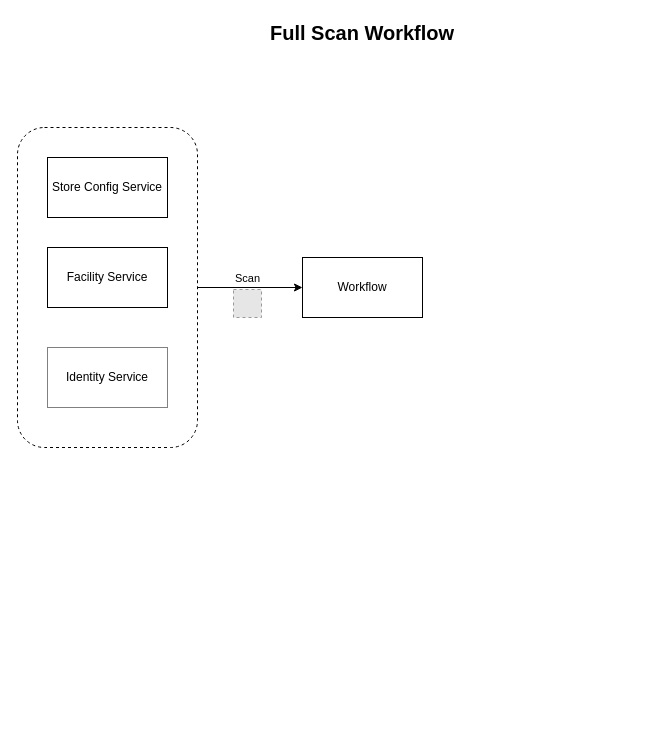
Before: AuthZ5 Metadata.drawio in evagle/awesome, a draw.io diagram. Source tidied: cells renumbered, new cells numbered last; positions are measured from the earlier drawing's top-left corner, leaving out a move shared by most shapes. Both pictures are drawn from the tidied source at 100%, with x=0, y=0 at pixel (17, 17). Pictures stored in the file or linked from it are replaced by grey dashed boxes.
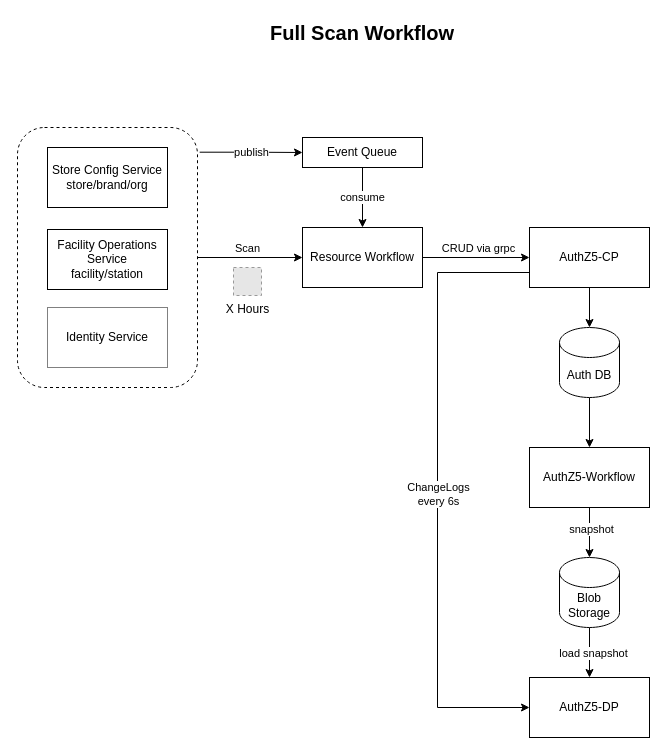
Above is the later version.

Change to the diagram source:
```diff
@@
+    <mxCell id="11" style="edgeStyle=orthogonalEdgeStyle;rounded=0;jettySize=auto;html=1;exitX=1.012;exitY=0.095;exitDx=0;exitDy=0;entryX=0;entryY=0.5;entryDx=0;entryDy=0;exitPerimeter=0;" parent="1" edge="1" source="4" target="30">
+      <mxGeometry relative="1" as="geometry" />
+    </mxCell>
+    <mxCell id="12" value="publish" style="edgeLabel;html=1;align=center;verticalAlign=middle;" parent="11" vertex="1">
+      <mxGeometry x="0.01" y="1" relative="1" as="geometry" />
+    </mxCell>
     <mxCell id="4" style="rounded=1;whiteSpace=wrap;html=1;dashed=1;" parent="1" vertex="1">
-      <mxGeometry y="110" width="180" height="320" as="geometry" />
+      <mxGeometry y="110" width="180" height="260" as="geometry" />
     </mxCell>
-    <mxCell id="5" value="Store Config Service" style="rounded=0;whiteSpace=wrap;html=1;" parent="1" vertex="1">
-      <mxGeometry x="30" y="140" width="120" height="60" as="geometry" />
+    <mxCell id="5" value="Store Config Service&lt;br&gt;store/brand/org" style="rounded=0;whiteSpace=wrap;html=1;" parent="1" vertex="1">
+      <mxGeometry x="30" y="130" width="120" height="60" as="geometry" />
     </mxCell>
@@
-    <mxCell id="7" value="Facility Service" style="rounded=0;whiteSpace=wrap;html=1;" parent="1" vertex="1">
-      <mxGeometry x="30" y="230" width="120" height="60" as="geometry" />
-    </mxCell>
     <mxCell id="8" value="Identity Service" style="rounded=0;whiteSpace=wrap;html=1;dashed=1;dashPattern=1 1;" parent="1" vertex="1">
-      <mxGeometry x="30" y="330" width="120" height="60" as="geometry" />
+      <mxGeometry x="30" y="290" width="120" height="60" as="geometry" />
     </mxCell>
+    <mxCell id="13" style="edgeStyle=orthogonalEdgeStyle;rounded=0;jettySize=auto;html=1;" parent="1" edge="1" source="9" target="18">
+      <mxGeometry relative="1" as="geometry" />
+    </mxCell>
+    <mxCell id="14" value="CRUD via grpc" style="edgeLabel;html=1;align=center;verticalAlign=middle;" parent="13" vertex="1">
+      <mxGeometry x="-0.27" y="-2" relative="1" as="geometry">
+        <mxPoint x="16" y="-12" as="offset" />
+      </mxGeometry>
+    </mxCell>
-    <mxCell id="9" value="Workflow" style="rounded=0;whiteSpace=wrap;html=1;" parent="1" vertex="1">
-      <mxGeometry x="285" y="240" width="120" height="60" as="geometry" />
+    <mxCell id="9" value="Resource Workflow" style="rounded=0;whiteSpace=wrap;html=1;" parent="1" vertex="1">
+      <mxGeometry x="285" y="210" width="120" height="60" as="geometry" />
     </mxCell>
-    <mxCell id="10" style="fillColor=#E6E6E6;strokeColor=#999999;dashed=1;html=1;verticalAlign=top;verticalLabelPosition=bottom;labelBackgroundColor=#ffffff;" parent="1" vertex="1">
-      <mxGeometry x="216" y="272" width="28" height="28" as="geometry" />
+    <mxCell id="10" value="X Hours" style="fillColor=#E6E6E6;strokeColor=#999999;dashed=1;html=1;verticalAlign=top;verticalLabelPosition=bottom;labelBackgroundColor=#ffffff;" parent="1" vertex="1">
+      <mxGeometry x="216" y="250" width="28" height="28" as="geometry" />
     </mxCell>
+    <mxCell id="15" value="Facility Operations Service&lt;br&gt;facility/station" style="rounded=0;whiteSpace=wrap;html=1;" parent="1" vertex="1">
+      <mxGeometry x="30" y="212" width="120" height="60" as="geometry" />
+    </mxCell>
+    <mxCell id="16" style="edgeStyle=orthogonalEdgeStyle;rounded=0;jettySize=auto;html=1;exitX=0;exitY=0.75;exitDx=0;exitDy=0;entryX=0;entryY=0.5;entryDx=0;entryDy=0;" parent="1" edge="1" source="18" target="28">
+      <mxGeometry relative="1" as="geometry">
+        <Array as="points">
+          <mxPoint x="420" y="255" />
+          <mxPoint x="420" y="690" />
+        </Array>
+      </mxGeometry>
+    </mxCell>
+    <mxCell id="17" value="ChangeLogs&lt;br&gt;every 6s" style="edgeLabel;html=1;align=center;verticalAlign=middle;" parent="16" vertex="1">
+      <mxGeometry x="0.01" relative="1" as="geometry" />
+    </mxCell>
+    <mxCell id="18" value="AuthZ5-CP" style="whiteSpace=wrap;html=1;rounded=0;" parent="1" vertex="1">
+      <mxGeometry x="512" y="210" width="120" height="60" as="geometry" />
+    </mxCell>
+    <mxCell id="19" style="edgeStyle=orthogonalEdgeStyle;rounded=0;jettySize=auto;html=1;exitX=0.5;exitY=1;exitDx=0;exitDy=0;exitPerimeter=0;entryX=0.5;entryY=0;entryDx=0;entryDy=0;" parent="1" edge="1" source="20" target="22">
+      <mxGeometry relative="1" as="geometry" />
+    </mxCell>
+    <mxCell id="20" value="Auth DB" style="shape=cylinder3;whiteSpace=wrap;html=1;boundedLbl=1;backgroundOutline=1;size=15;" parent="1" vertex="1">
+      <mxGeometry x="542" y="310" width="60" height="70" as="geometry" />
+    </mxCell>
+    <mxCell id="21" style="edgeStyle=orthogonalEdgeStyle;rounded=0;jettySize=auto;html=1;exitX=0.5;exitY=1;exitDx=0;exitDy=0;entryX=0.5;entryY=0;entryDx=0;entryDy=0;entryPerimeter=0;" parent="1" edge="1" source="18" target="20">
+      <mxGeometry relative="1" as="geometry" />
+    </mxCell>
+    <mxCell id="22" value="AuthZ5-Workflow" style="whiteSpace=wrap;html=1;rounded=0;" parent="1" vertex="1">
+      <mxGeometry x="512" y="430" width="120" height="60" as="geometry" />
+    </mxCell>
+    <mxCell id="23" style="edgeStyle=orthogonalEdgeStyle;rounded=0;jettySize=auto;html=1;exitX=0.5;exitY=1;exitDx=0;exitDy=0;exitPerimeter=0;" parent="1" edge="1" source="25" target="28">
+      <mxGeometry relative="1" as="geometry" />
+    </mxCell>
+    <mxCell id="24" value="load snapshot" style="edgeLabel;html=1;align=center;verticalAlign=middle;" parent="23" vertex="1">
+      <mxGeometry x="-0.02" y="3" relative="1" as="geometry" />
+    </mxCell>
+    <mxCell id="25" value="Blob Storage" style="shape=cylinder3;whiteSpace=wrap;html=1;boundedLbl=1;backgroundOutline=1;size=15;" parent="1" vertex="1">
+      <mxGeometry x="542" y="540" width="60" height="70" as="geometry" />
+    </mxCell>
+    <mxCell id="26" style="edgeStyle=orthogonalEdgeStyle;rounded=0;jettySize=auto;html=1;entryX=0.5;entryY=0;entryDx=0;entryDy=0;entryPerimeter=0;" parent="1" edge="1" source="22" target="25">
+      <mxGeometry relative="1" as="geometry" />
+    </mxCell>
+    <mxCell id="27" value="snapshot" style="edgeLabel;html=1;align=center;verticalAlign=middle;" parent="26" vertex="1">
+      <mxGeometry x="-0.17" y="1" relative="1" as="geometry" />
+    </mxCell>
+    <mxCell id="28" value="AuthZ5-DP" style="whiteSpace=wrap;html=1;rounded=0;" parent="1" vertex="1">
+      <mxGeometry x="512" y="660" width="120" height="60" as="geometry" />
+    </mxCell>
+    <mxCell id="29" value="consume" style="edgeStyle=orthogonalEdgeStyle;rounded=0;jettySize=auto;html=1;exitX=0.5;exitY=1;exitDx=0;exitDy=0;" parent="1" edge="1" source="30" target="9">
+      <mxGeometry relative="1" as="geometry" />
+    </mxCell>
+    <mxCell id="30" value="Event Queue" style="rounded=0;whiteSpace=wrap;html=1;" parent="1" vertex="1">
+      <mxGeometry x="285" y="120" width="120" height="30" as="geometry" />
+    </mxCell>
```
